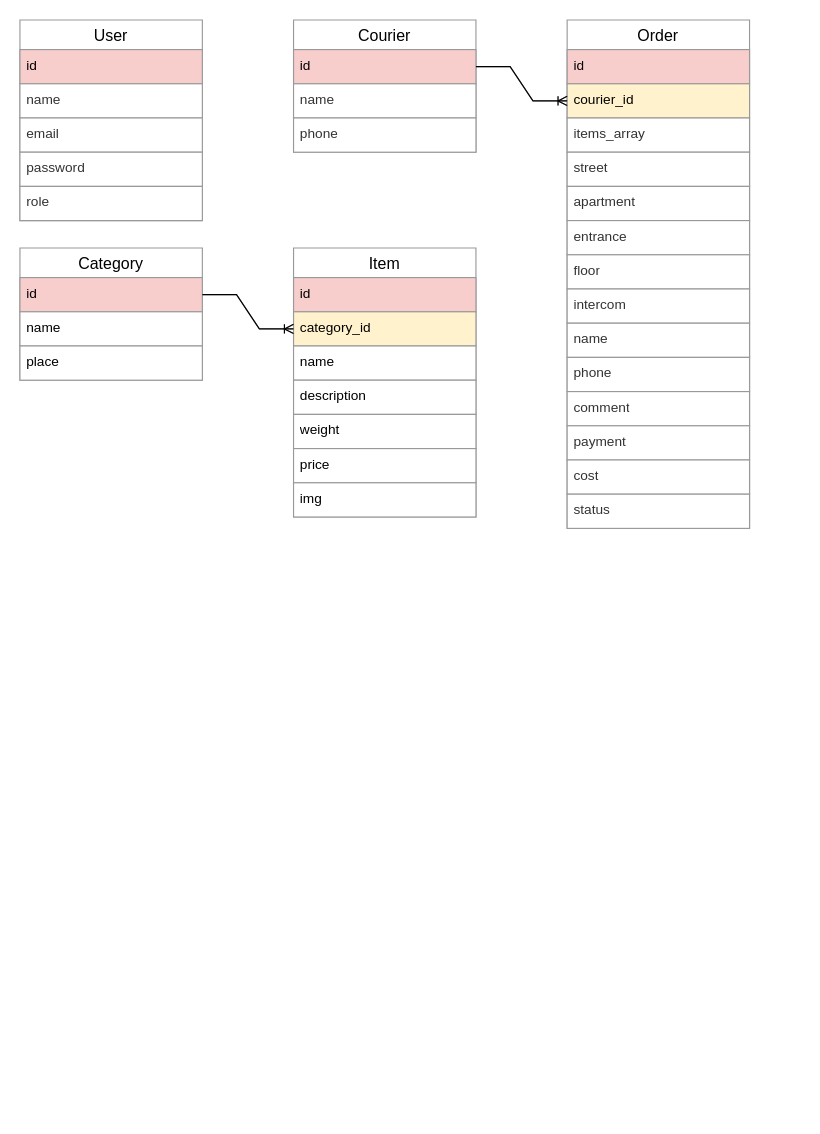
This is Диаграмма без названия.drawio from nutsea/buildings-db, a draw.io file, before an edit. Source tidied: cells renumbered, new cells numbered last; positions are measured from the earlier drawing's top-left corner, leaving out a move shared by most shapes. Both pictures are drawn from the tidied source at 114%, with x=0, y=0 at pixel (19, 19).
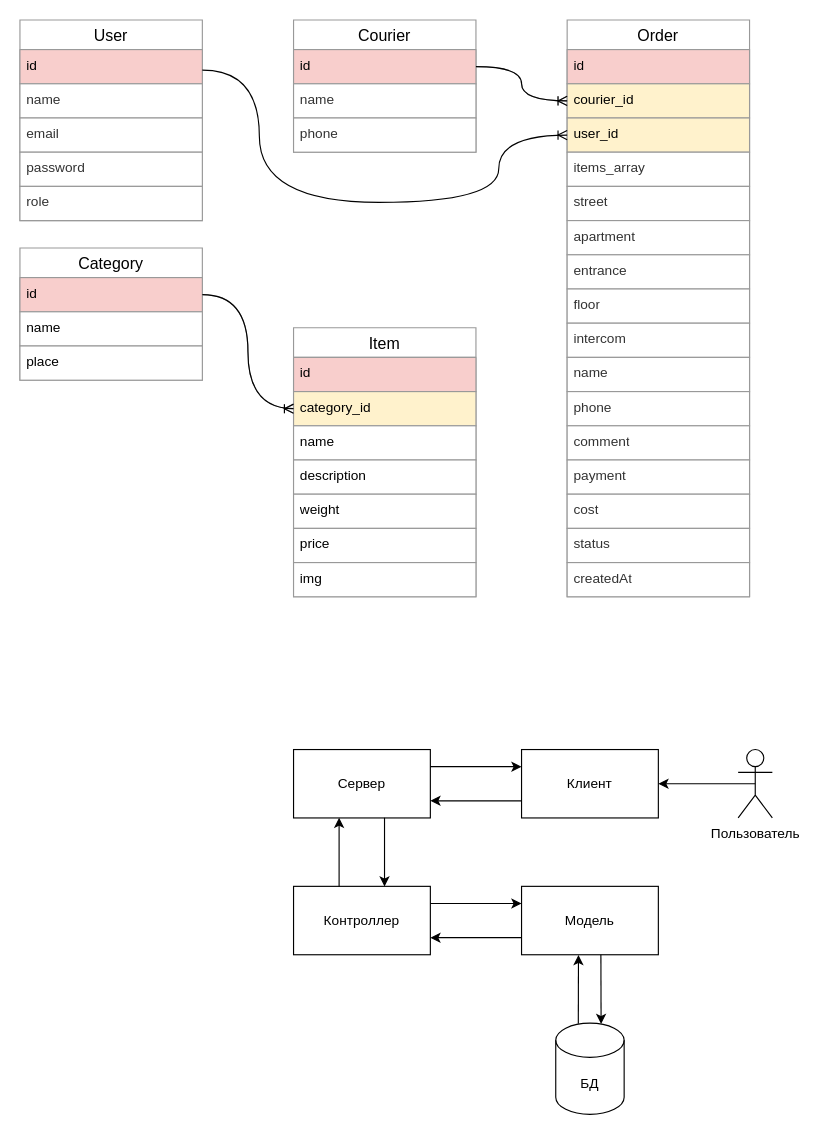
The same page after the edit.

Unchanged cells that the change refers to:
```xml
<mxCell id="2" value="User" style="swimlane;fontStyle=0;horizontal=1;startSize=26;align=center;fontSize=14;strokeColor=#999999;fontFamily=Helvetica;" parent="1" vertex="1">
  <mxGeometry width="160" height="176" as="geometry" />
</mxCell>
<mxCell id="10" value="courier_id" style="text;strokeColor=#999999;fillColor=#fff2cc;spacingLeft=4;spacingRight=4;overflow=hidden;points=[[0,0.5],[1,0.5]];portConstraint=eastwest;fontSize=12;whiteSpace=wrap;html=1;fontFamily=Helvetica;fontStyle=0;" parent="8" vertex="1">
  <mxGeometry y="56" width="160" height="30" as="geometry" />
</mxCell>
<mxCell id="24" value="id" style="text;strokeColor=#999999;fillColor=#f8cecc;spacingLeft=4;spacingRight=4;overflow=hidden;points=[[0,0.5],[1,0.5]];portConstraint=eastwest;fontSize=12;whiteSpace=wrap;html=1;fontFamily=Helvetica;fontStyle=0;" parent="23" vertex="1">
  <mxGeometry y="26" width="160" height="30" as="geometry" />
</mxCell>
<mxCell id="28" value="id" style="text;strokeColor=#999999;fillColor=#f8cecc;spacingLeft=4;spacingRight=4;overflow=hidden;points=[[0,0.5],[1,0.5]];portConstraint=eastwest;fontSize=12;whiteSpace=wrap;html=1;fontFamily=Helvetica;fontStyle=0;" parent="27" vertex="1">
  <mxGeometry y="26" width="160" height="30" as="geometry" />
</mxCell>
<mxCell id="33" value="category_id" style="text;strokeColor=#999999;fillColor=#fff2cc;spacingLeft=4;spacingRight=4;overflow=hidden;points=[[0,0.5],[1,0.5]];portConstraint=eastwest;fontSize=12;whiteSpace=wrap;html=1;fontFamily=Helvetica;fontStyle=0;" parent="31" vertex="1">
  <mxGeometry y="56" width="160" height="30" as="geometry" />
</mxCell>
```

What changed in the source:
```diff
@@
     <mxCell id="8" value="Order" style="swimlane;fontStyle=0;horizontal=1;startSize=26;align=center;fontSize=14;strokeColor=#999999;fontFamily=Helvetica;" parent="1" vertex="1">
-      <mxGeometry x="480" width="160" height="446" as="geometry" />
+      <mxGeometry x="480" width="160" height="506" as="geometry" />
     </mxCell>
@@
+    <mxCell id="43" value="user_id" style="text;strokeColor=#999999;fillColor=#fff2cc;spacingLeft=4;spacingRight=4;overflow=hidden;points=[[0,0.5],[1,0.5]];portConstraint=eastwest;fontSize=12;whiteSpace=wrap;html=1;fontFamily=Helvetica;fontStyle=0;" parent="8" vertex="1">
+      <mxGeometry y="86" width="160" height="30" as="geometry" />
+    </mxCell>
     <mxCell id="11" value="items_array" style="text;strokeColor=#999999;fillColor=#FFFFFF;spacingLeft=4;spacingRight=4;overflow=hidden;fontSize=12;whiteSpace=wrap;html=1;fontColor=#333333;fontFamily=Helvetica;fontStyle=0;" parent="8" vertex="1">
-      <mxGeometry y="86" width="160" height="30" as="geometry" />
+      <mxGeometry y="116" width="160" height="30" as="geometry" />
     </mxCell>
     <mxCell id="12" value="street" style="text;spacingLeft=4;spacingRight=4;overflow=hidden;fontSize=12;whiteSpace=wrap;html=1;fillColor=#FFFFFF;fontColor=#333333;strokeColor=#999999;fontFamily=Helvetica;fontStyle=0;" parent="8" vertex="1">
-      <mxGeometry y="116" width="160" height="30" as="geometry" />
+      <mxGeometry y="146" width="160" height="30" as="geometry" />
     </mxCell>
     <mxCell id="13" value="apartment" style="text;strokeColor=#999999;fillColor=#FFFFFF;spacingLeft=4;spacingRight=4;overflow=hidden;fontSize=12;whiteSpace=wrap;html=1;fontColor=#333333;fontFamily=Helvetica;fontStyle=0;" parent="8" vertex="1">
-      <mxGeometry y="146" width="160" height="30" as="geometry" />
+      <mxGeometry y="176" width="160" height="30" as="geometry" />
     </mxCell>
     <mxCell id="14" value="entrance" style="text;strokeColor=#999999;fillColor=#FFFFFF;spacingLeft=4;spacingRight=4;overflow=hidden;fontSize=12;whiteSpace=wrap;html=1;fontColor=#333333;fontFamily=Helvetica;fontStyle=0;" parent="8" vertex="1">
-      <mxGeometry y="176" width="160" height="30" as="geometry" />
+      <mxGeometry y="206" width="160" height="30" as="geometry" />
     </mxCell>
     <mxCell id="15" value="floor" style="text;strokeColor=#999999;fillColor=#FFFFFF;spacingLeft=4;spacingRight=4;overflow=hidden;fontSize=12;whiteSpace=wrap;html=1;fontColor=#333333;fontFamily=Helvetica;fontStyle=0;" parent="8" vertex="1">
-      <mxGeometry y="206" width="160" height="30" as="geometry" />
+      <mxGeometry y="236" width="160" height="30" as="geometry" />
     </mxCell>
     <mxCell id="16" value="intercom" style="text;strokeColor=#999999;fillColor=#FFFFFF;spacingLeft=4;spacingRight=4;overflow=hidden;fontSize=12;whiteSpace=wrap;html=1;fontColor=#333333;fontFamily=Helvetica;fontStyle=0;" parent="8" vertex="1">
-      <mxGeometry y="236" width="160" height="30" as="geometry" />
+      <mxGeometry y="266" width="160" height="30" as="geometry" />
     </mxCell>
     <mxCell id="17" value="name" style="text;strokeColor=#999999;fillColor=#FFFFFF;spacingLeft=4;spacingRight=4;overflow=hidden;fontSize=12;whiteSpace=wrap;html=1;fontColor=#333333;fontFamily=Helvetica;fontStyle=0;" parent="8" vertex="1">
-      <mxGeometry y="266" width="160" height="30" as="geometry" />
+      <mxGeometry y="296" width="160" height="30" as="geometry" />
     </mxCell>
     <mxCell id="18" value="phone" style="text;strokeColor=#999999;fillColor=#FFFFFF;spacingLeft=4;spacingRight=4;overflow=hidden;fontSize=12;whiteSpace=wrap;html=1;fontColor=#333333;fontFamily=Helvetica;fontStyle=0;" parent="8" vertex="1">
-      <mxGeometry y="296" width="160" height="30" as="geometry" />
+      <mxGeometry y="326" width="160" height="30" as="geometry" />
     </mxCell>
     <mxCell id="19" value="comment" style="text;strokeColor=#999999;fillColor=#FFFFFF;spacingLeft=4;spacingRight=4;overflow=hidden;fontSize=12;whiteSpace=wrap;html=1;fontColor=#333333;fontFamily=Helvetica;fontStyle=0;" parent="8" vertex="1">
-      <mxGeometry y="326" width="160" height="30" as="geometry" />
+      <mxGeometry y="356" width="160" height="30" as="geometry" />
     </mxCell>
     <mxCell id="20" value="payment" style="text;strokeColor=#999999;fillColor=#FFFFFF;spacingLeft=4;spacingRight=4;overflow=hidden;fontSize=12;whiteSpace=wrap;html=1;fontColor=#333333;fontFamily=Helvetica;fontStyle=0;" parent="8" vertex="1">
-      <mxGeometry y="356" width="160" height="30" as="geometry" />
+      <mxGeometry y="386" width="160" height="30" as="geometry" />
     </mxCell>
     <mxCell id="21" value="cost" style="text;strokeColor=#999999;fillColor=#FFFFFF;spacingLeft=4;spacingRight=4;overflow=hidden;fontSize=12;whiteSpace=wrap;html=1;fontColor=#333333;fontFamily=Helvetica;fontStyle=0;" parent="8" vertex="1">
-      <mxGeometry y="386" width="160" height="30" as="geometry" />
+      <mxGeometry y="416" width="160" height="30" as="geometry" />
     </mxCell>
     <mxCell id="22" value="status" style="text;strokeColor=#999999;fillColor=#FFFFFF;spacingLeft=4;spacingRight=4;overflow=hidden;fontSize=12;whiteSpace=wrap;html=1;fontColor=#333333;fontFamily=Helvetica;fontStyle=0;" parent="8" vertex="1">
-      <mxGeometry y="416" width="160" height="30" as="geometry" />
+      <mxGeometry y="446" width="160" height="30" as="geometry" />
     </mxCell>
+    <mxCell id="44" value="createdAt" style="text;strokeColor=#999999;fillColor=#FFFFFF;spacingLeft=4;spacingRight=4;overflow=hidden;fontSize=12;whiteSpace=wrap;html=1;fontColor=#333333;fontFamily=Helvetica;fontStyle=0;" parent="8" vertex="1">
+      <mxGeometry y="476" width="160" height="30" as="geometry" />
+    </mxCell>
@@
     <mxCell id="31" value="Item" style="swimlane;fontStyle=0;horizontal=1;startSize=26;align=center;fontSize=14;strokeColor=#999999;fontFamily=Helvetica;" parent="1" vertex="1">
-      <mxGeometry x="240" y="200" width="160" height="236" as="geometry" />
+      <mxGeometry x="240" y="270" width="160" height="236" as="geometry" />
     </mxCell>
@@
-    <mxCell id="39" style="edgeStyle=entityRelationEdgeStyle;fontSize=12;html=1;endArrow=ERoneToMany;rounded=0;exitX=1;exitY=0.5;exitDx=0;exitDy=0;entryX=0;entryY=0.5;entryDx=0;entryDy=0;strokeColor=#999999;fontFamily=Helvetica;fontStyle=0;" parent="1" edge="1" source="28" target="10">
+    <mxCell id="39" style="edgeStyle=orthogonalEdgeStyle;fontSize=12;html=1;endArrow=ERoneToMany;rounded=0;exitX=1;exitY=0.5;exitDx=0;exitDy=0;entryX=0;entryY=0.5;entryDx=0;entryDy=0;strokeColor=#999999;fontFamily=Helvetica;fontStyle=0;curved=1;" parent="1" edge="1" source="28" target="10">
       <mxGeometry relative="1" as="geometry" />
     </mxCell>
-    <mxCell id="40" style="edgeStyle=entityRelationEdgeStyle;fontSize=12;html=1;endArrow=ERoneToMany;rounded=0;exitX=1;exitY=0.5;exitDx=0;exitDy=0;entryX=0;entryY=0.5;entryDx=0;entryDy=0;strokeColor=#999999;fontFamily=Helvetica;fontStyle=0;" parent="1" edge="1" source="24" target="33">
+    <mxCell id="40" style="edgeStyle=orthogonalEdgeStyle;fontSize=12;html=1;endArrow=ERoneToMany;rounded=0;exitX=1;exitY=0.5;exitDx=0;exitDy=0;entryX=0;entryY=0.5;entryDx=0;entryDy=0;strokeColor=#999999;fontFamily=Helvetica;fontStyle=0;curved=1;" parent="1" edge="1" source="24" target="33">
       <mxGeometry relative="1" as="geometry" />
     </mxCell>
-    <mxCell id="41" style="edgeStyle=entityRelationEdgeStyle;fontSize=12;html=1;endArrow=ERoneToMany;rounded=0;entryX=0;entryY=0.5;entryDx=0;entryDy=0;exitX=1;exitY=0.5;exitDx=0;exitDy=0;strokeColor=#000000;fontFamily=Helvetica;fontStyle=0;" parent="1" edge="1" source="24" target="33">
+    <mxCell id="41" style="fontSize=12;html=1;endArrow=ERoneToMany;rounded=0;entryX=0;entryY=0.5;entryDx=0;entryDy=0;exitX=1;exitY=0.5;exitDx=0;exitDy=0;strokeColor=#000000;fontFamily=Helvetica;fontStyle=0;edgeStyle=orthogonalEdgeStyle;curved=1;" parent="1" edge="1" source="24" target="33">
       <mxGeometry relative="1" as="geometry" />
     </mxCell>
-    <mxCell id="42" style="edgeStyle=entityRelationEdgeStyle;fontSize=12;html=1;endArrow=ERoneToMany;rounded=0;entryX=0;entryY=0.5;entryDx=0;entryDy=0;exitX=1;exitY=0.5;exitDx=0;exitDy=0;strokeColor=#000000;fontFamily=Helvetica;fontStyle=0;" parent="1" edge="1" source="28" target="10">
+    <mxCell id="42" style="fontSize=12;html=1;endArrow=ERoneToMany;rounded=0;entryX=0;entryY=0.5;entryDx=0;entryDy=0;exitX=1;exitY=0.5;exitDx=0;exitDy=0;strokeColor=#000000;fontFamily=Helvetica;fontStyle=0;edgeStyle=orthogonalEdgeStyle;curved=1;" parent="1" edge="1" source="28" target="10">
       <mxGeometry relative="1" as="geometry" />
     </mxCell>
+    <mxCell id="45" value="Сервер" style="rounded=0;whiteSpace=wrap;html=1;" parent="1" vertex="1">
+      <mxGeometry x="240" y="640" width="120" height="60" as="geometry" />
+    </mxCell>
+    <mxCell id="46" value="Клиент" style="rounded=0;whiteSpace=wrap;html=1;" parent="1" vertex="1">
+      <mxGeometry x="440" y="640" width="120" height="60" as="geometry" />
+    </mxCell>
+    <mxCell id="47" value="Пользователь" style="shape=umlActor;verticalLabelPosition=bottom;verticalAlign=top;html=1;outlineConnect=0;" parent="1" vertex="1">
+      <mxGeometry x="630" y="640" width="30" height="60" as="geometry" />
+    </mxCell>
+    <mxCell id="48" value="Контроллер" style="rounded=0;whiteSpace=wrap;html=1;" parent="1" vertex="1">
+      <mxGeometry x="240" y="760" width="120" height="60" as="geometry" />
+    </mxCell>
+    <mxCell id="49" value="Модель" style="rounded=0;whiteSpace=wrap;html=1;" parent="1" vertex="1">
+      <mxGeometry x="440" y="760" width="120" height="60" as="geometry" />
+    </mxCell>
+    <mxCell id="50" value="БД" style="shape=cylinder3;whiteSpace=wrap;html=1;boundedLbl=1;backgroundOutline=1;size=15;" parent="1" vertex="1">
+      <mxGeometry x="470" y="880" width="60" height="80" as="geometry" />
+    </mxCell>
+    <mxCell id="51" style="endArrow=classic;html=1;rounded=0;entryX=0;entryY=0.25;entryDx=0;entryDy=0;exitX=1;exitY=0.25;exitDx=0;exitDy=0;" parent="1" edge="1" source="45" target="46">
+      <mxGeometry relative="1" as="geometry" />
+    </mxCell>
+    <mxCell id="52" style="endArrow=classic;html=1;rounded=0;exitX=0;exitY=0.75;exitDx=0;exitDy=0;entryX=1;entryY=0.75;entryDx=0;entryDy=0;" parent="1" edge="1" source="46" target="45">
+      <mxGeometry relative="1" as="geometry" />
+    </mxCell>
+    <mxCell id="53" style="endArrow=classic;html=1;rounded=0;entryX=1;entryY=0.75;entryDx=0;entryDy=0;exitX=0;exitY=0.75;exitDx=0;exitDy=0;" parent="1" edge="1" source="49" target="48">
+      <mxGeometry relative="1" as="geometry" />
+    </mxCell>
+    <mxCell id="54" style="endArrow=classic;html=1;rounded=0;entryX=0;entryY=0.25;entryDx=0;entryDy=0;exitX=1;exitY=0.25;exitDx=0;exitDy=0;" parent="1" edge="1" source="48" target="49">
+      <mxGeometry relative="1" as="geometry" />
+    </mxCell>
+    <mxCell id="55" style="endArrow=classic;html=1;rounded=0;entryX=0.665;entryY=0.003;entryDx=0;entryDy=0;exitX=0.665;exitY=0.997;exitDx=0;exitDy=0;entryPerimeter=0;exitPerimeter=0;" parent="1" edge="1" source="45" target="48">
+      <mxGeometry relative="1" as="geometry" />
+    </mxCell>
+    <mxCell id="56" style="endArrow=classic;html=1;rounded=0;entryX=0.333;entryY=0.997;entryDx=0;entryDy=0;exitX=0.333;exitY=0.003;exitDx=0;exitDy=0;entryPerimeter=0;exitPerimeter=0;" parent="1" edge="1" source="48" target="45">
+      <mxGeometry relative="1" as="geometry" />
+    </mxCell>
+    <mxCell id="57" style="endArrow=classic;html=1;rounded=0;exitX=0.58;exitY=1.001;exitDx=0;exitDy=0;exitPerimeter=0;entryX=0.663;entryY=0.009;entryDx=0;entryDy=0;entryPerimeter=0;" parent="1" edge="1" source="49" target="50">
+      <mxGeometry relative="1" as="geometry" />
+    </mxCell>
+    <mxCell id="58" style="endArrow=classic;html=1;rounded=0;entryX=0.416;entryY=1.003;entryDx=0;entryDy=0;exitX=0.33;exitY=0.006;exitDx=0;exitDy=0;entryPerimeter=0;exitPerimeter=0;" parent="1" edge="1" source="50" target="49">
+      <mxGeometry relative="1" as="geometry" />
+    </mxCell>
+    <mxCell id="59" style="endArrow=classic;html=1;rounded=0;entryX=1;entryY=0.5;entryDx=0;entryDy=0;exitX=0.5;exitY=0.5;exitDx=0;exitDy=0;exitPerimeter=0;" parent="1" edge="1" source="47" target="46">
+      <mxGeometry relative="1" as="geometry" />
+    </mxCell>
+    <mxCell id="60" style="edgeStyle=orthogonalEdgeStyle;fontSize=12;html=1;endArrow=ERoneToMany;rounded=0;entryX=0;entryY=0.5;entryDx=0;entryDy=0;exitX=1;exitY=0.25;exitDx=0;exitDy=0;curved=1;" parent="1" edge="1" source="2" target="43">
+      <mxGeometry relative="1" as="geometry">
+        <Array as="points">
+          <mxPoint x="210" y="44" />
+          <mxPoint x="210" y="160" />
+          <mxPoint x="420" y="160" />
+          <mxPoint x="420" y="101" />
+        </Array>
+      </mxGeometry>
+    </mxCell>
```
